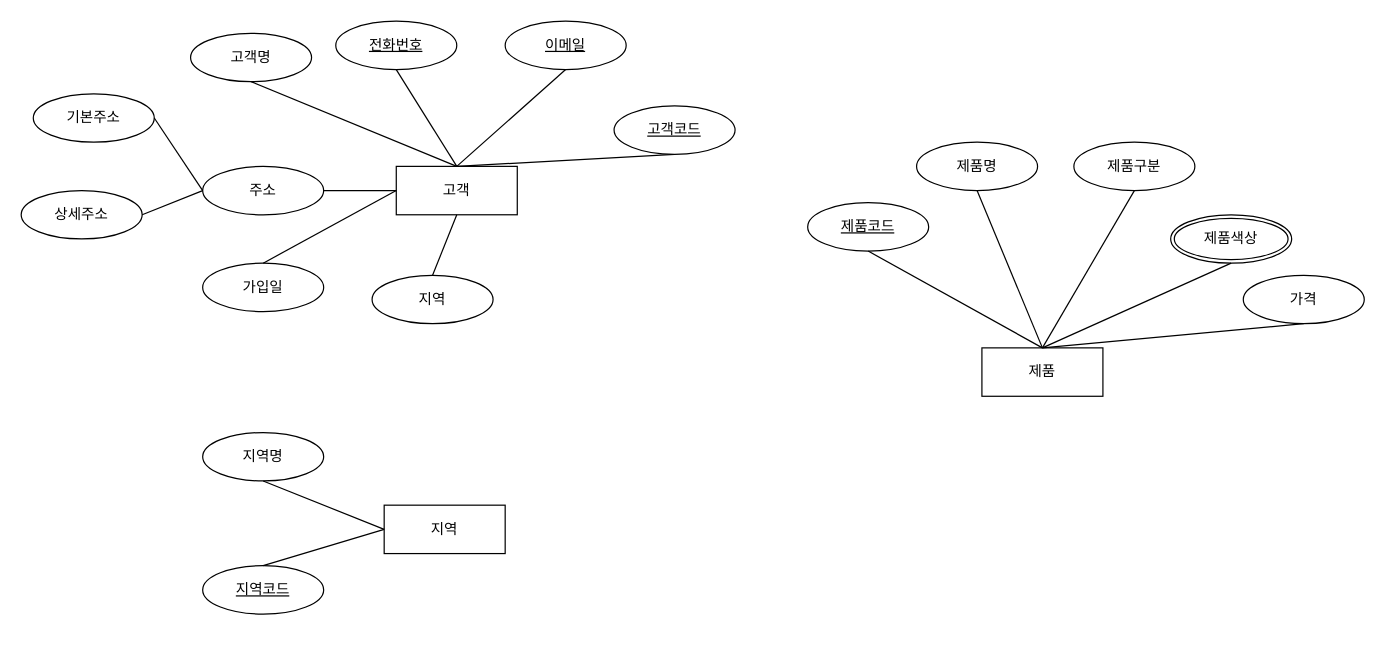
This is 제목 없는 다이어그램.drawio from dashb0ard/erd, a draw.io file, before an edit. Source tidied: cells renumbered, new cells numbered last; positions are measured from the earlier drawing's top-left corner, leaving out a move shared by most shapes. Both pictures are drawn from the tidied source at 121%, with x=0, y=0 at pixel (21, 21).
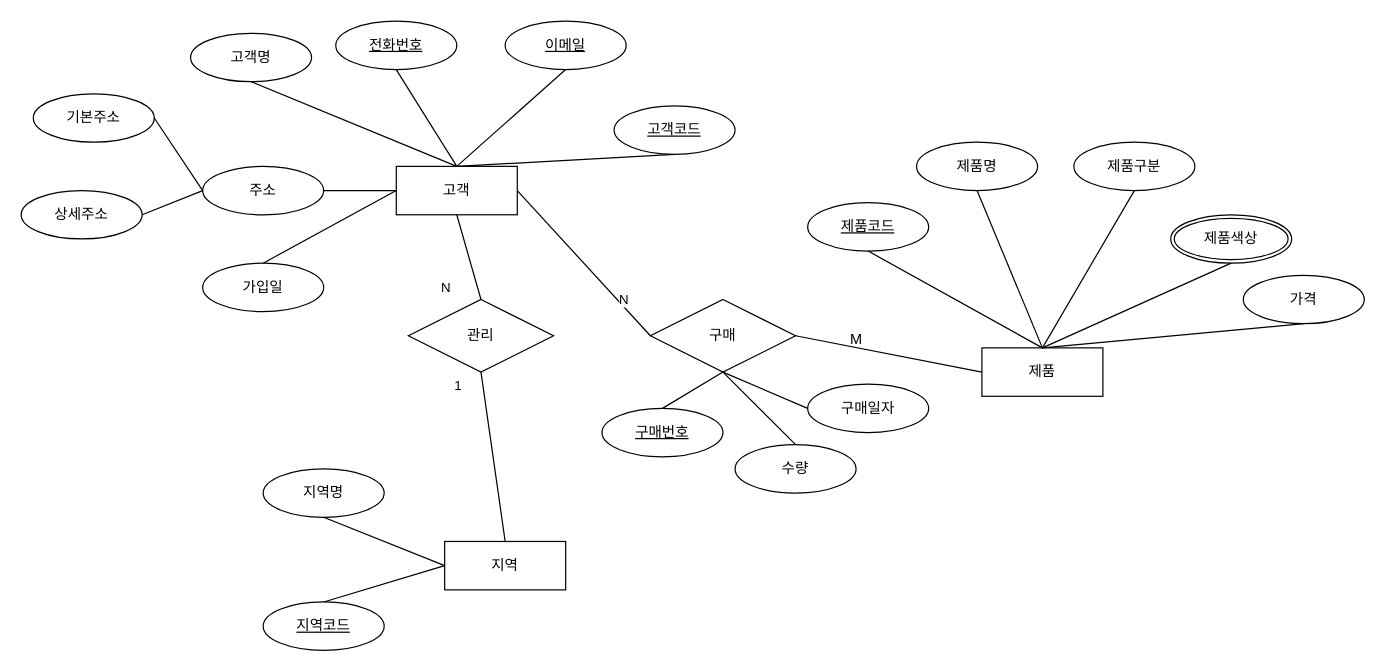
After the change.

Commit message (it also covers changes not shown here):
제목 없는 다이어그램.drawio 업데이트

Unchanged cells that the change refers to:
```xml
<mxCell id="2" value="제품" style="whiteSpace=wrap;html=1;align=center;" parent="1" vertex="1">
  <mxGeometry x="794" y="270" width="100" height="40" as="geometry" />
</mxCell>
<mxCell id="13" value="고객" style="whiteSpace=wrap;html=1;align=center;" parent="1" vertex="1">
  <mxGeometry x="310" y="120" width="100" height="40" as="geometry" />
</mxCell>
```

Change to the diagram source:
```diff
@@
-    <mxCell id="16" value="지역" style="ellipse;whiteSpace=wrap;html=1;align=center;" parent="1" vertex="1">
-      <mxGeometry x="290" y="210" width="100" height="40" as="geometry" />
-    </mxCell>
@@
-    <mxCell id="26" style="endArrow=none;html=1;rounded=0;entryX=0.5;entryY=1;entryDx=0;entryDy=0;exitX=0.5;exitY=0;exitDx=0;exitDy=0;" parent="1" edge="1" source="16" target="13">
+    <mxCell id="26" style="endArrow=none;html=1;rounded=0;entryX=0.5;entryY=1;entryDx=0;entryDy=0;exitX=0.5;exitY=0;exitDx=0;exitDy=0;" parent="1" edge="1" source="38" target="13">
       <mxGeometry relative="1" as="geometry" />
     </mxCell>
+    <mxCell id="37" value="N" style="edgeLabel;html=1;align=center;verticalAlign=middle;" parent="26" vertex="1">
+      <mxGeometry x="0.36" y="3" relative="1" as="geometry">
+        <mxPoint x="-13" y="37" as="offset" />
+      </mxGeometry>
+    </mxCell>
@@
     <mxCell id="32" value="지역" style="whiteSpace=wrap;html=1;align=center;" parent="1" vertex="1">
-      <mxGeometry x="300" y="400" width="100" height="40" as="geometry" />
+      <mxGeometry x="350" y="430" width="100" height="40" as="geometry" />
     </mxCell>
     <mxCell id="33" value="지역명" style="ellipse;whiteSpace=wrap;html=1;align=center;" parent="1" vertex="1">
-      <mxGeometry x="150" y="340" width="100" height="40" as="geometry" />
+      <mxGeometry x="200" y="370" width="100" height="40" as="geometry" />
     </mxCell>
     <mxCell id="34" value="지역코드" style="ellipse;whiteSpace=wrap;html=1;align=center;fontStyle=4;" parent="1" vertex="1">
-      <mxGeometry x="150" y="450" width="100" height="40" as="geometry" />
+      <mxGeometry x="200" y="480" width="100" height="40" as="geometry" />
     </mxCell>
@@
+    <mxCell id="38" value="관리" style="shape=rhombus;perimeter=rhombusPerimeter;whiteSpace=wrap;html=1;align=center;" parent="1" vertex="1">
+      <mxGeometry x="320" y="230" width="120" height="60" as="geometry" />
+    </mxCell>
+    <mxCell id="39" style="endArrow=none;html=1;rounded=0;entryX=0.5;entryY=0;entryDx=0;entryDy=0;exitX=0.5;exitY=1;exitDx=0;exitDy=0;" parent="1" edge="1" source="38" target="32">
+      <mxGeometry relative="1" as="geometry" />
+    </mxCell>
+    <mxCell id="40" value="1" style="edgeLabel;html=1;align=center;verticalAlign=middle;" parent="1" vertex="1">
+      <mxGeometry x="360.4" y="300" as="geometry" />
+    </mxCell>
+    <mxCell id="41" value="구매" style="shape=rhombus;perimeter=rhombusPerimeter;whiteSpace=wrap;html=1;align=center;" parent="1" vertex="1">
+      <mxGeometry x="520" y="230" width="120" height="60" as="geometry" />
+    </mxCell>
+    <mxCell id="42" value="구매번호" style="ellipse;whiteSpace=wrap;html=1;align=center;fontStyle=4;" parent="1" vertex="1">
+      <mxGeometry x="480" y="320" width="100" height="40" as="geometry" />
+    </mxCell>
+    <mxCell id="43" value="수량" style="ellipse;whiteSpace=wrap;html=1;align=center;" parent="1" vertex="1">
+      <mxGeometry x="590" y="350" width="100" height="40" as="geometry" />
+    </mxCell>
+    <mxCell id="44" value="구매일자" style="ellipse;whiteSpace=wrap;html=1;align=center;" parent="1" vertex="1">
+      <mxGeometry x="650" y="300" width="100" height="40" as="geometry" />
+    </mxCell>
+    <mxCell id="45" style="endArrow=none;html=1;rounded=0;entryX=0.5;entryY=0;entryDx=0;entryDy=0;exitX=0.5;exitY=1;exitDx=0;exitDy=0;" parent="1" edge="1" source="41" target="42">
+      <mxGeometry relative="1" as="geometry" />
+    </mxCell>
+    <mxCell id="46" style="endArrow=none;html=1;rounded=0;entryX=0.5;entryY=0;entryDx=0;entryDy=0;exitX=0.5;exitY=1;exitDx=0;exitDy=0;" parent="1" edge="1" source="41" target="43">
+      <mxGeometry relative="1" as="geometry" />
+    </mxCell>
+    <mxCell id="47" style="endArrow=none;html=1;rounded=0;entryX=0;entryY=0.5;entryDx=0;entryDy=0;exitX=0.5;exitY=1;exitDx=0;exitDy=0;" parent="1" edge="1" source="41" target="44">
+      <mxGeometry relative="1" as="geometry" />
+    </mxCell>
+    <mxCell id="48" style="endArrow=none;html=1;rounded=0;entryX=0;entryY=0.5;entryDx=0;entryDy=0;exitX=1;exitY=0.5;exitDx=0;exitDy=0;" parent="1" edge="1" source="13" target="41">
+      <mxGeometry relative="1" as="geometry" />
+    </mxCell>
+    <mxCell id="49" value="N" style="edgeLabel;html=1;align=center;verticalAlign=middle;" parent="48" vertex="1">
+      <mxGeometry x="0.53" y="4" relative="1" as="geometry" />
+    </mxCell>
+    <mxCell id="50" style="endArrow=none;html=1;rounded=0;entryX=0;entryY=0.5;entryDx=0;entryDy=0;exitX=1;exitY=0.5;exitDx=0;exitDy=0;" parent="1" edge="1" source="41" target="2">
+      <mxGeometry relative="1" as="geometry" />
+    </mxCell>
+    <mxCell id="51" value="M" style="text;html=1;align=center;verticalAlign=middle;strokeColor=none;fillColor=none;" parent="1" vertex="1">
+      <mxGeometry x="675" y="248" width="30" height="30" as="geometry" />
+    </mxCell>
```
